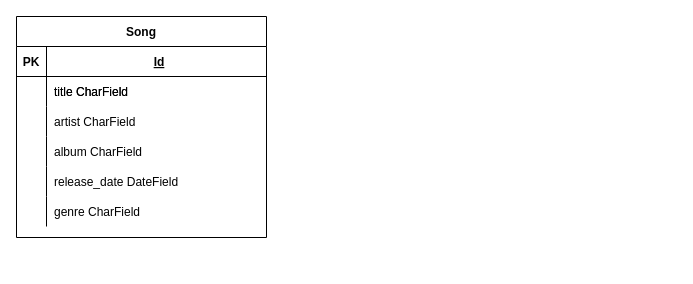
This is musicLibraryBack_erd.drawio from BobbyLee3294/dcc-MusicLibrary-backend, a draw.io file, before an edit. Source tidied: cells renumbered, new cells numbered last; positions are measured from the earlier drawing's top-left corner, leaving out a move shared by most shapes. Both pictures are drawn from the tidied source at 100%, with x=0, y=0 at pixel (16, 16).
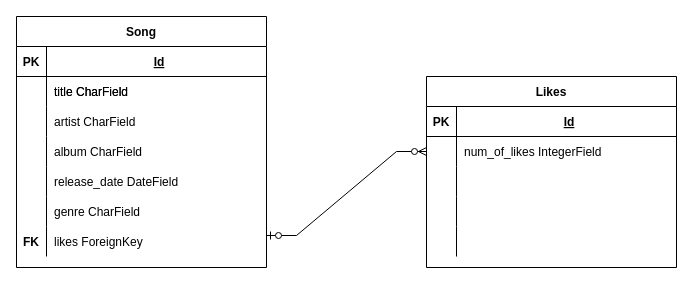
After the change.

Commit message:
updated ERD to include likes Model

What changed in the source:
```diff
@@
     <mxCell id="2" value="Song" style="shape=table;startSize=30;childLayout=tableLayout;rowLines=0;fontStyle=1;align=center;" parent="1" vertex="1">
-      <mxGeometry width="250" height="221" as="geometry" />
+      <mxGeometry width="250" height="251" as="geometry" />
     </mxCell>
@@
+    <mxCell id="24" style="shape=partialRectangle;fillColor=none;top=0;left=0;right=0;bottom=0;" parent="2" vertex="1">
+      <mxGeometry y="210" width="250" height="30" as="geometry" />
+    </mxCell>
+    <mxCell id="25" value="FK" style="shape=partialRectangle;overflow=hidden;fillColor=none;top=0;left=0;bottom=0;right=0;fontStyle=1;" parent="24" vertex="1">
+      <mxGeometry width="30" height="30" as="geometry" />
+    </mxCell>
+    <mxCell id="26" value="likes ForeignKey" style="shape=partialRectangle;overflow=hidden;fillColor=none;top=0;left=0;bottom=0;right=0;align=left;spacingLeft=6;" parent="24" vertex="1">
+      <mxGeometry x="30" width="220" height="30" as="geometry" />
+    </mxCell>
@@
+    <mxCell id="27" value="Likes" style="shape=table;startSize=30;childLayout=tableLayout;rowLines=0;fontStyle=1;align=center;" parent="1" vertex="1">
+      <mxGeometry x="410" y="60" width="250" height="191" as="geometry" />
+    </mxCell>
+    <mxCell id="28" style="shape=partialRectangle;fillColor=none;top=0;left=0;right=0;bottom=1;" parent="27" vertex="1">
+      <mxGeometry y="30" width="250" height="30" as="geometry" />
+    </mxCell>
+    <mxCell id="29" value="PK" style="shape=partialRectangle;overflow=hidden;fillColor=none;top=0;left=0;bottom=0;right=0;fontStyle=1;" parent="28" vertex="1">
+      <mxGeometry width="30" height="30" as="geometry" />
+    </mxCell>
+    <mxCell id="30" value="Id" style="shape=partialRectangle;overflow=hidden;fillColor=none;top=0;left=0;bottom=0;right=0;align=center;spacingLeft=6;fontStyle=5;" parent="28" vertex="1">
+      <mxGeometry x="30" width="220" height="30" as="geometry" />
+    </mxCell>
+    <mxCell id="31" style="shape=partialRectangle;fillColor=none;points=[[0,0.5],[1,0.5]];portConstraint=eastwest;top=0;left=0;right=0;bottom=0;" parent="27" vertex="1">
+      <mxGeometry y="60" width="250" height="30" as="geometry" />
+    </mxCell>
+    <mxCell id="32" style="shape=partialRectangle;overflow=hidden;fillColor=none;top=0;left=0;bottom=0;right=0;" parent="31" vertex="1">
+      <mxGeometry width="30" height="30" as="geometry" />
+    </mxCell>
+    <mxCell id="33" value="num_of_likes IntegerField" style="shape=partialRectangle;overflow=hidden;fillColor=none;top=0;left=0;bottom=0;right=0;align=left;spacingLeft=6;" parent="31" vertex="1">
+      <mxGeometry x="30" width="220" height="30" as="geometry" />
+    </mxCell>
+    <mxCell id="34" style="shape=partialRectangle;fillColor=none;top=0;left=0;right=0;bottom=0;" parent="27" vertex="1">
+      <mxGeometry y="90" width="250" height="30" as="geometry" />
+    </mxCell>
+    <mxCell id="35" style="shape=partialRectangle;overflow=hidden;fillColor=none;top=0;left=0;bottom=0;right=0;" parent="34" vertex="1">
+      <mxGeometry width="30" height="30" as="geometry" />
+    </mxCell>
+    <mxCell id="36" style="shape=partialRectangle;overflow=hidden;fillColor=none;top=0;left=0;bottom=0;right=0;align=left;spacingLeft=6;" parent="34" vertex="1">
+      <mxGeometry x="30" width="220" height="30" as="geometry" />
+    </mxCell>
+    <mxCell id="37" style="shape=partialRectangle;fillColor=none;top=0;left=0;right=0;bottom=0;" parent="27" vertex="1">
+      <mxGeometry y="120" width="250" height="30" as="geometry" />
+    </mxCell>
+    <mxCell id="38" style="shape=partialRectangle;overflow=hidden;fillColor=none;top=0;left=0;bottom=0;right=0;" parent="37" vertex="1">
+      <mxGeometry width="30" height="30" as="geometry" />
+    </mxCell>
+    <mxCell id="39" style="shape=partialRectangle;overflow=hidden;fillColor=none;top=0;left=0;bottom=0;right=0;align=left;spacingLeft=6;" parent="37" vertex="1">
+      <mxGeometry x="30" width="220" height="30" as="geometry" />
+    </mxCell>
+    <mxCell id="40" style="shape=partialRectangle;fillColor=none;top=0;left=0;right=0;bottom=0;" parent="27" vertex="1">
+      <mxGeometry y="150" width="250" height="30" as="geometry" />
+    </mxCell>
+    <mxCell id="41" style="shape=partialRectangle;overflow=hidden;fillColor=none;top=0;left=0;bottom=0;right=0;" parent="40" vertex="1">
+      <mxGeometry width="30" height="30" as="geometry" />
+    </mxCell>
+    <mxCell id="42" style="shape=partialRectangle;overflow=hidden;fillColor=none;top=0;left=0;bottom=0;right=0;align=left;spacingLeft=6;" parent="40" vertex="1">
+      <mxGeometry x="30" width="220" height="30" as="geometry" />
+    </mxCell>
+    <mxCell id="43" style="edgeStyle=entityRelationEdgeStyle;fontSize=12;html=1;endArrow=ERzeroToMany;startArrow=ERzeroToOne;rounded=0;entryX=0;entryY=0.5;entryDx=0;entryDy=0;" parent="1" edge="1" target="31">
+      <mxGeometry relative="1" as="geometry">
+        <mxPoint x="250" y="219" as="sourcePoint" />
+      </mxGeometry>
+    </mxCell>
```
